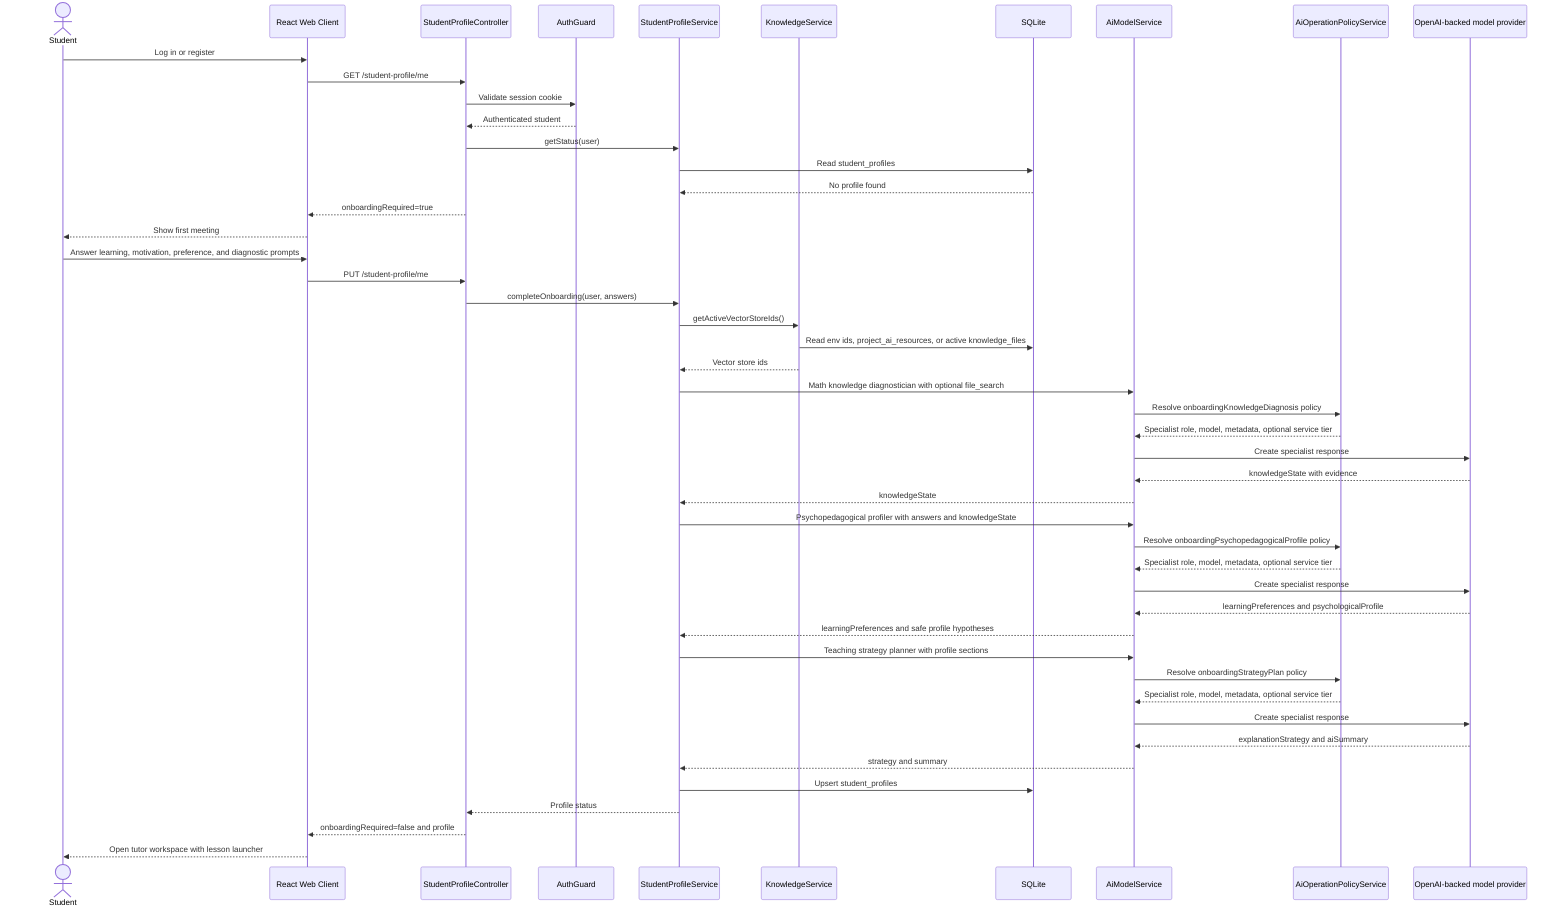
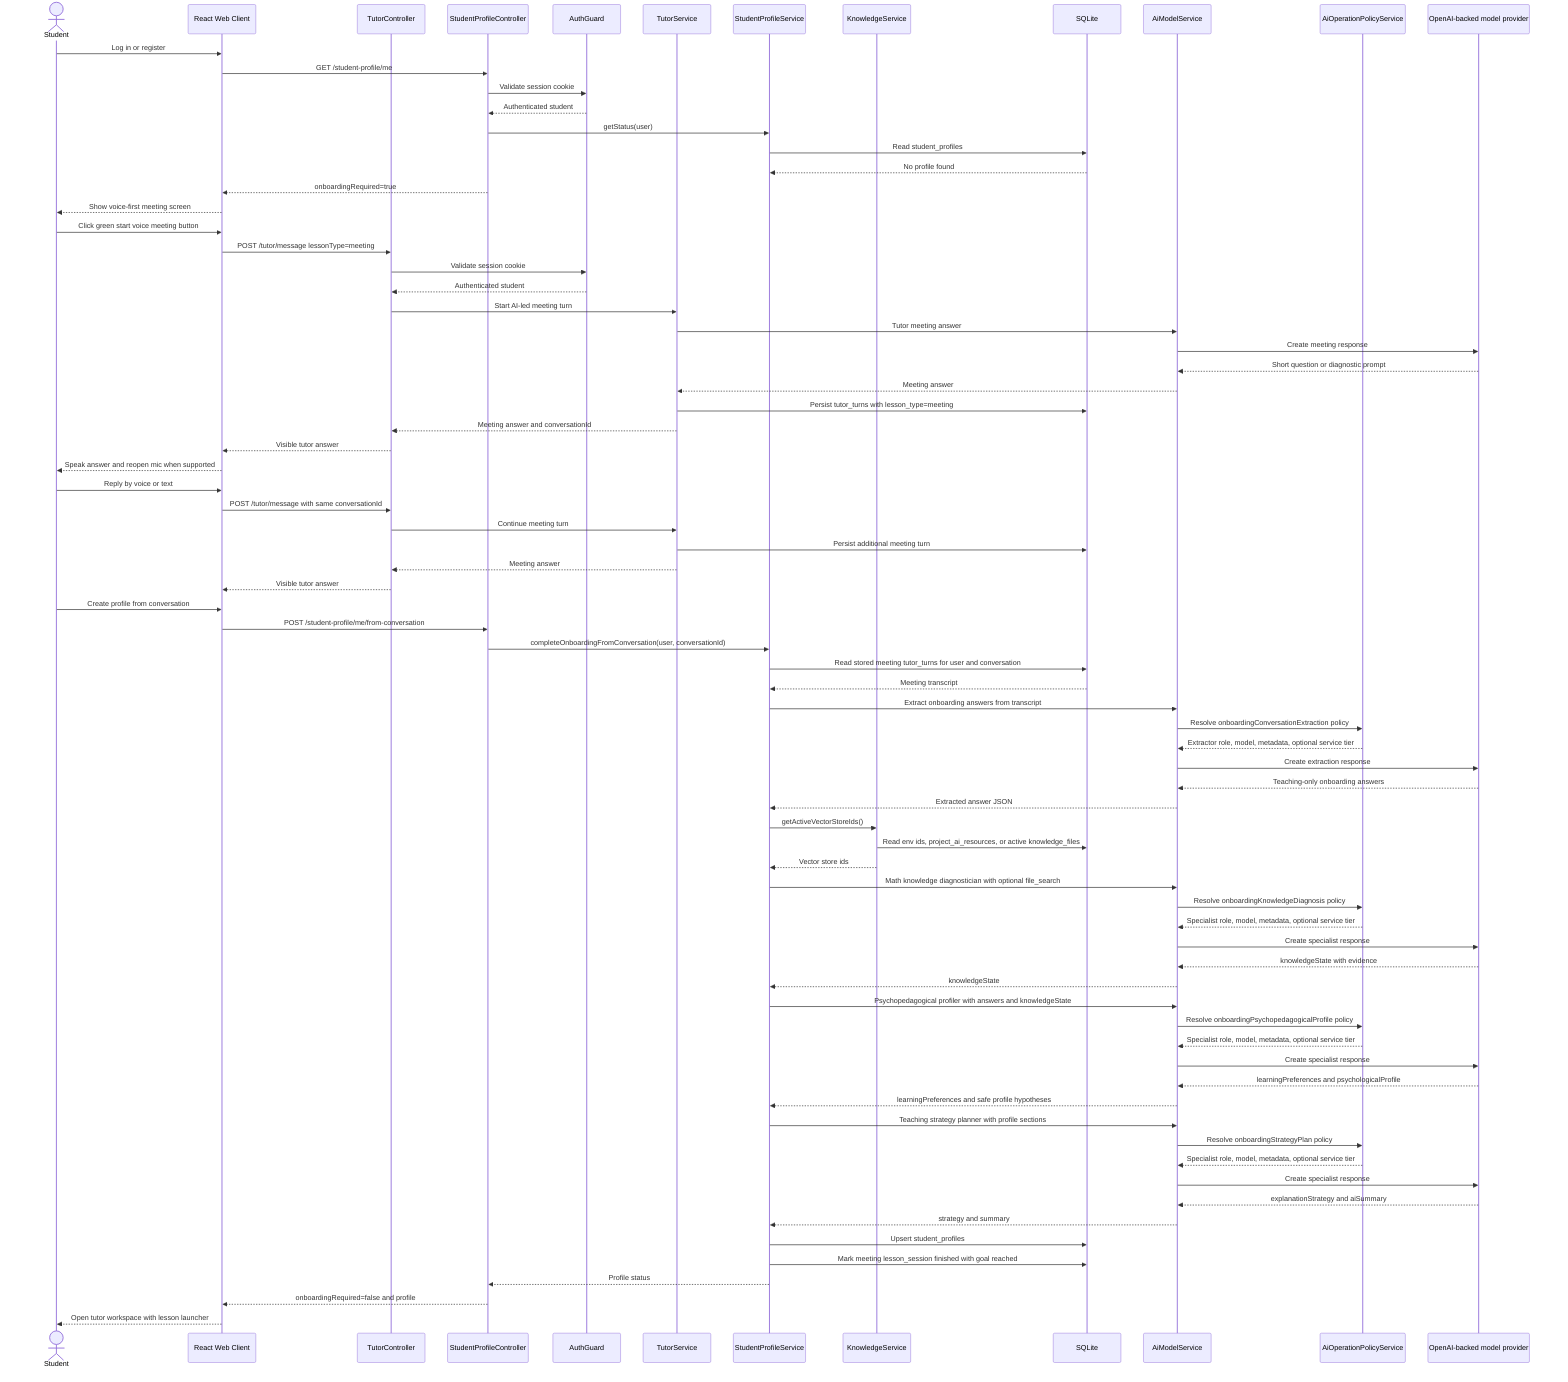
sequenceDiagram
  actor Student
  participant Web as React Web Client
+   participant TutorApi as TutorController
  participant API as StudentProfileController
  participant Auth as AuthGuard
+   participant Tutor as TutorService
  participant Profile as StudentProfileService
  participant Knowledge as KnowledgeService
  participant DB as SQLite
  participant AIModel as AiModelService
  participant Policy as AiOperationPolicyService
  participant OpenAI as OpenAI-backed model provider

  Student->>Web: Log in or register
  Web->>API: GET /student-profile/me
  API->>Auth: Validate session cookie
  Auth-->>API: Authenticated student
  API->>Profile: getStatus(user)
  Profile->>DB: Read student_profiles
  DB-->>Profile: No profile found
  API-->>Web: onboardingRequired=true
-   Web-->>Student: Show first meeting
-   Student->>Web: Answer learning, motivation, preference, and diagnostic prompts
-   Web->>API: PUT /student-profile/me
-   API->>Profile: completeOnboarding(user, answers)
+   Web-->>Student: Show voice-first meeting screen
+   Student->>Web: Click green start voice meeting button
+   Web->>TutorApi: POST /tutor/message lessonType=meeting
+   TutorApi->>Auth: Validate session cookie
+   Auth-->>TutorApi: Authenticated student
+   TutorApi->>Tutor: Start AI-led meeting turn
+   Tutor->>AIModel: Tutor meeting answer
+   AIModel->>OpenAI: Create meeting response
+   OpenAI-->>AIModel: Short question or diagnostic prompt
+   AIModel-->>Tutor: Meeting answer
+   Tutor->>DB: Persist tutor_turns with lesson_type=meeting
+   Tutor-->>TutorApi: Meeting answer and conversationId
+   TutorApi-->>Web: Visible tutor answer
+   Web-->>Student: Speak answer and reopen mic when supported
+   Student->>Web: Reply by voice or text
+   Web->>TutorApi: POST /tutor/message with same conversationId
+   TutorApi->>Tutor: Continue meeting turn
+   Tutor->>DB: Persist additional meeting turn
+   Tutor-->>TutorApi: Meeting answer
+   TutorApi-->>Web: Visible tutor answer
+   Student->>Web: Create profile from conversation
+   Web->>API: POST /student-profile/me/from-conversation
+   API->>Profile: completeOnboardingFromConversation(user, conversationId)
+   Profile->>DB: Read stored meeting tutor_turns for user and conversation
+   DB-->>Profile: Meeting transcript
+   Profile->>AIModel: Extract onboarding answers from transcript
+   AIModel->>Policy: Resolve onboardingConversationExtraction policy
+   Policy-->>AIModel: Extractor role, model, metadata, optional service tier
+   AIModel->>OpenAI: Create extraction response
+   OpenAI-->>AIModel: Teaching-only onboarding answers
+   AIModel-->>Profile: Extracted answer JSON
  Profile->>Knowledge: getActiveVectorStoreIds()
  Knowledge->>DB: Read env ids, project_ai_resources, or active knowledge_files
  Knowledge-->>Profile: Vector store ids
  Profile->>AIModel: Math knowledge diagnostician with optional file_search
  AIModel->>Policy: Resolve onboardingKnowledgeDiagnosis policy
  Policy-->>AIModel: Specialist role, model, metadata, optional service tier
  AIModel->>OpenAI: Create specialist response
  OpenAI-->>AIModel: knowledgeState with evidence
  AIModel-->>Profile: knowledgeState
  Profile->>AIModel: Psychopedagogical profiler with answers and knowledgeState
  AIModel->>Policy: Resolve onboardingPsychopedagogicalProfile policy
  Policy-->>AIModel: Specialist role, model, metadata, optional service tier
  AIModel->>OpenAI: Create specialist response
  OpenAI-->>AIModel: learningPreferences and psychologicalProfile
  AIModel-->>Profile: learningPreferences and safe profile hypotheses
  Profile->>AIModel: Teaching strategy planner with profile sections
  AIModel->>Policy: Resolve onboardingStrategyPlan policy
  Policy-->>AIModel: Specialist role, model, metadata, optional service tier
  AIModel->>OpenAI: Create specialist response
  OpenAI-->>AIModel: explanationStrategy and aiSummary
  AIModel-->>Profile: strategy and summary
  Profile->>DB: Upsert student_profiles
+   Profile->>DB: Mark meeting lesson_session finished with goal reached
  Profile-->>API: Profile status
  API-->>Web: onboardingRequired=false and profile
  Web-->>Student: Open tutor workspace with lesson launcher
